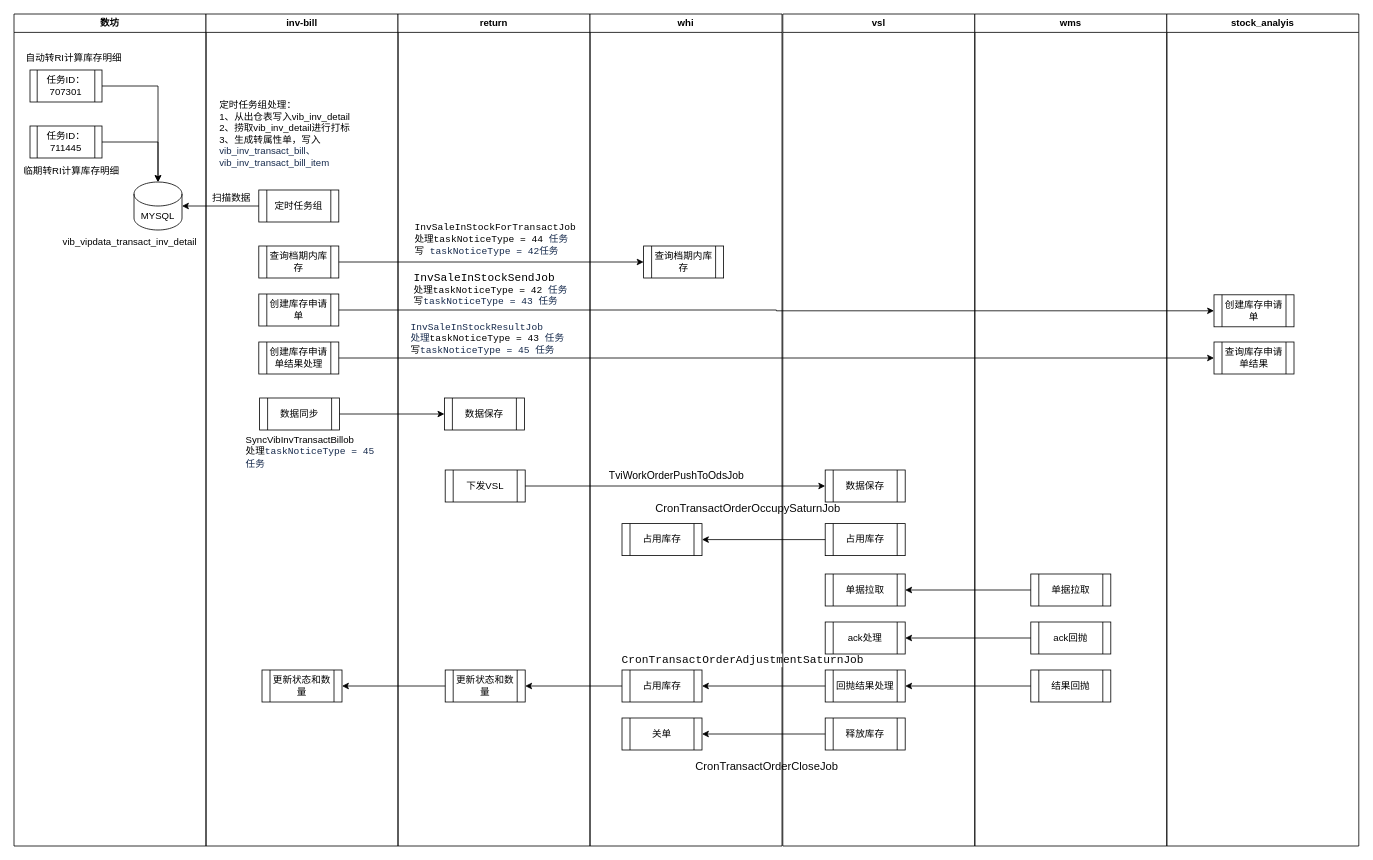
The draw.io diagram page "自动转RI" (6 of 7) of IPD.drawio in vvhard/draw_io, before the edit. Source tidied: cells renumbered, new cells numbered last; positions are measured from the earlier drawing's top-left corner, leaving out a move shared by most shapes. Both pictures are drawn from the tidied source at 80%, with x=0, y=0 at pixel (14, 14).
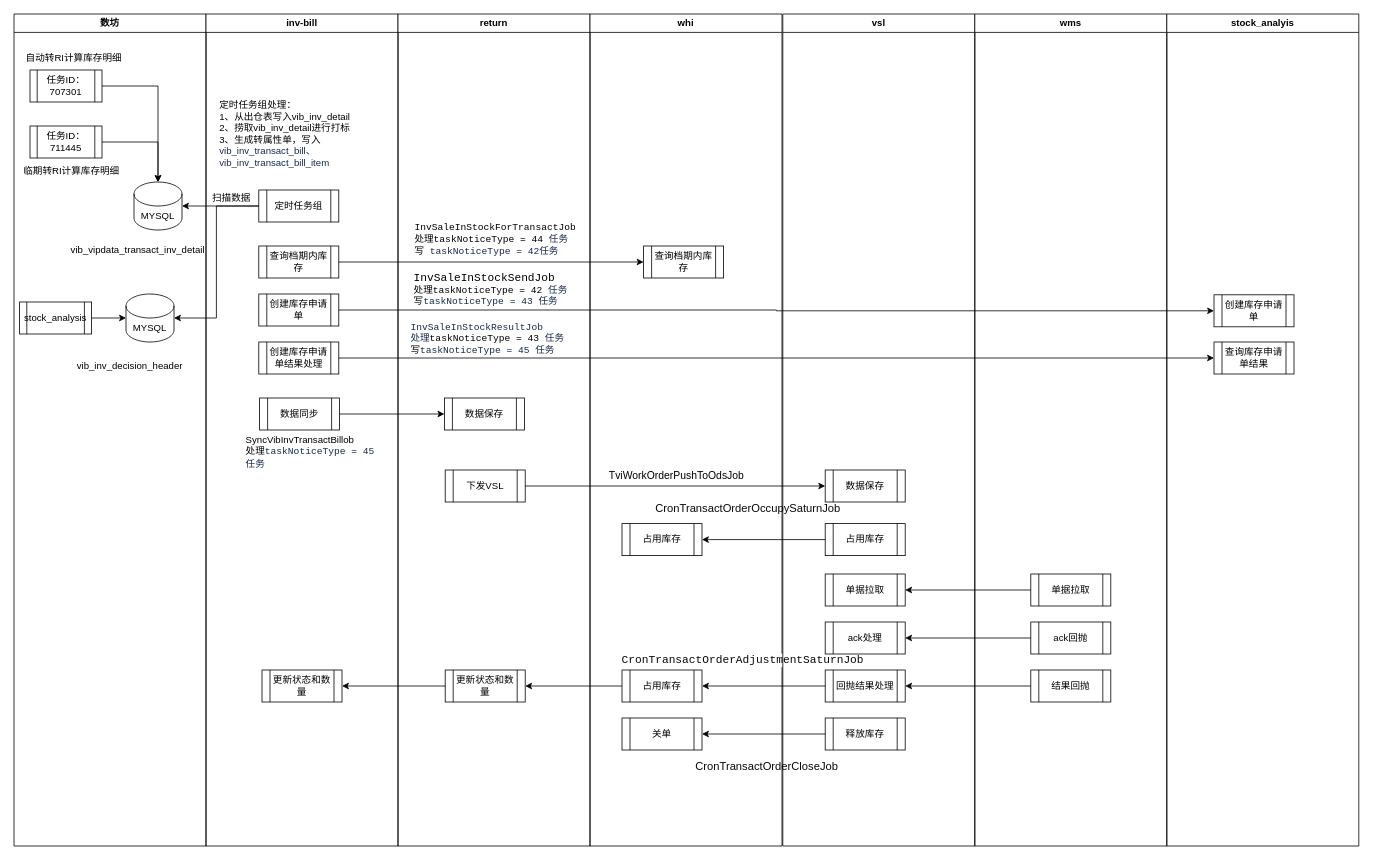
The same page after the edit.

Unchanged cells that the change refers to:
```xml
<mxCell id="2" value="数坊" style="swimlane;whiteSpace=wrap;html=1;" parent="1" vertex="1">
  <mxGeometry width="240" height="1040" as="geometry" />
</mxCell>
<mxCell id="12" value="定时任务组" style="shape=process;whiteSpace=wrap;html=1;backgroundOutline=1;" parent="11" vertex="1">
  <mxGeometry x="66" y="220" width="100" height="40" as="geometry" />
</mxCell>
```

What changed in the source:
```diff
@@
-    <mxCell id="9" value="vib_vipdata_transact_inv_detail" style="text;html=1;align=center;verticalAlign=middle;whiteSpace=wrap;rounded=0;" parent="2" vertex="1">
-      <mxGeometry x="60" y="270" width="170" height="30" as="geometry" />
+    <mxCell id="9" value="vib_inv_decision_header" style="text;html=1;align=center;verticalAlign=middle;whiteSpace=wrap;rounded=0;" parent="2" vertex="1">
+      <mxGeometry x="60" y="425" width="170" height="30" as="geometry" />
     </mxCell>
@@
+    <mxCell id="65" value="stock_analysis" style="shape=process;whiteSpace=wrap;html=1;backgroundOutline=1;" parent="2" vertex="1">
+      <mxGeometry x="7" y="360" width="90" height="40" as="geometry" />
+    </mxCell>
+    <mxCell id="66" value="MYSQL" style="shape=cylinder3;whiteSpace=wrap;html=1;boundedLbl=1;backgroundOutline=1;size=15;" parent="2" vertex="1">
+      <mxGeometry x="140" y="350" width="60" height="60" as="geometry" />
+    </mxCell>
+    <mxCell id="67" value="vib_vipdata_transact_inv_detail" style="text;html=1;align=center;verticalAlign=middle;whiteSpace=wrap;rounded=0;" parent="2" vertex="1">
+      <mxGeometry x="70" y="280" width="170" height="30" as="geometry" />
+    </mxCell>
+    <mxCell id="68" style="edgeStyle=orthogonalEdgeStyle;rounded=0;jettySize=auto;html=1;entryX=0;entryY=0.5;entryDx=0;entryDy=0;entryPerimeter=0;" parent="2" edge="1" source="65" target="66">
+      <mxGeometry relative="1" as="geometry" />
+    </mxCell>
@@
+    <mxCell id="69" style="edgeStyle=orthogonalEdgeStyle;rounded=0;jettySize=auto;html=1;entryX=1;entryY=0.5;entryDx=0;entryDy=0;entryPerimeter=0;" parent="1" edge="1" source="12" target="66">
+      <mxGeometry relative="1" as="geometry" />
+    </mxCell>
```
